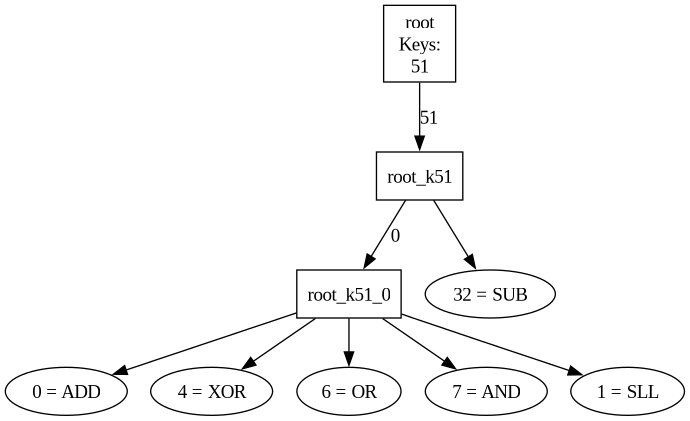
Barkir/ProtDSL keeps this Graphviz diagram as tree.png. Above is the earlier version. Its source is kept beside it as tree.dot.
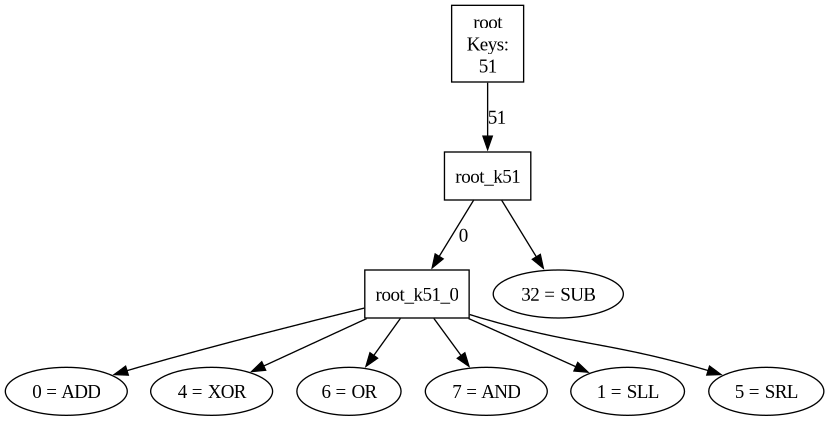
After the change.

The edit, as a diff of the source:
```diff
@@ -13,6 +13,8 @@
   root_k51_0 -> root_k51_0_7;
   root_k51_0_1 [label="1 = SLL", shape=ellipse];
   root_k51_0 -> root_k51_0_1;
+  root_k51_0_5 [label="5 = SRL", shape=ellipse];
+  root_k51_0 -> root_k51_0_5;
   root_k51_32 [label="32 = SUB", shape=ellipse];
   root_k51 -> root_k51_32;
 }
```
